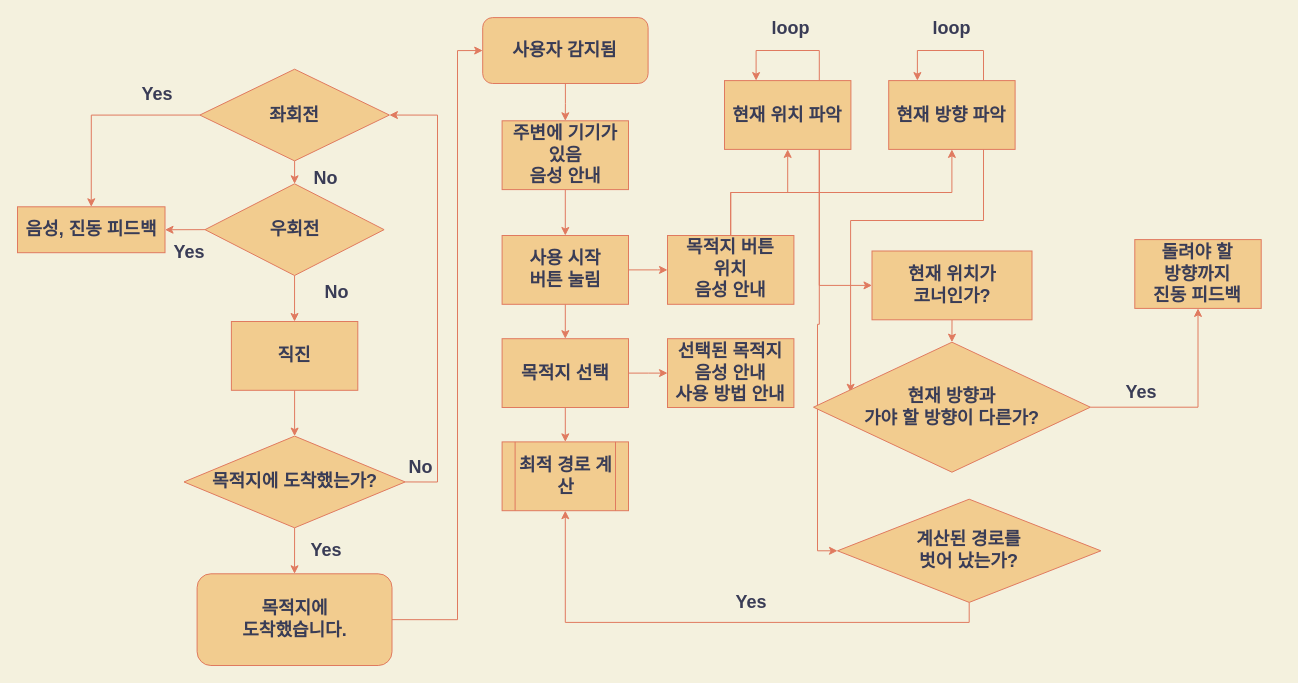
Before: 보행기 전체 동작.drawio in alalai012/Memo, a draw.io diagram. Source tidied: cells renumbered, new cells numbered last; positions are measured from the earlier drawing's top-left corner, leaving out a move shared by most shapes. Both pictures are drawn from the tidied source at 100%, with x=0, y=0 at pixel (17, 17).
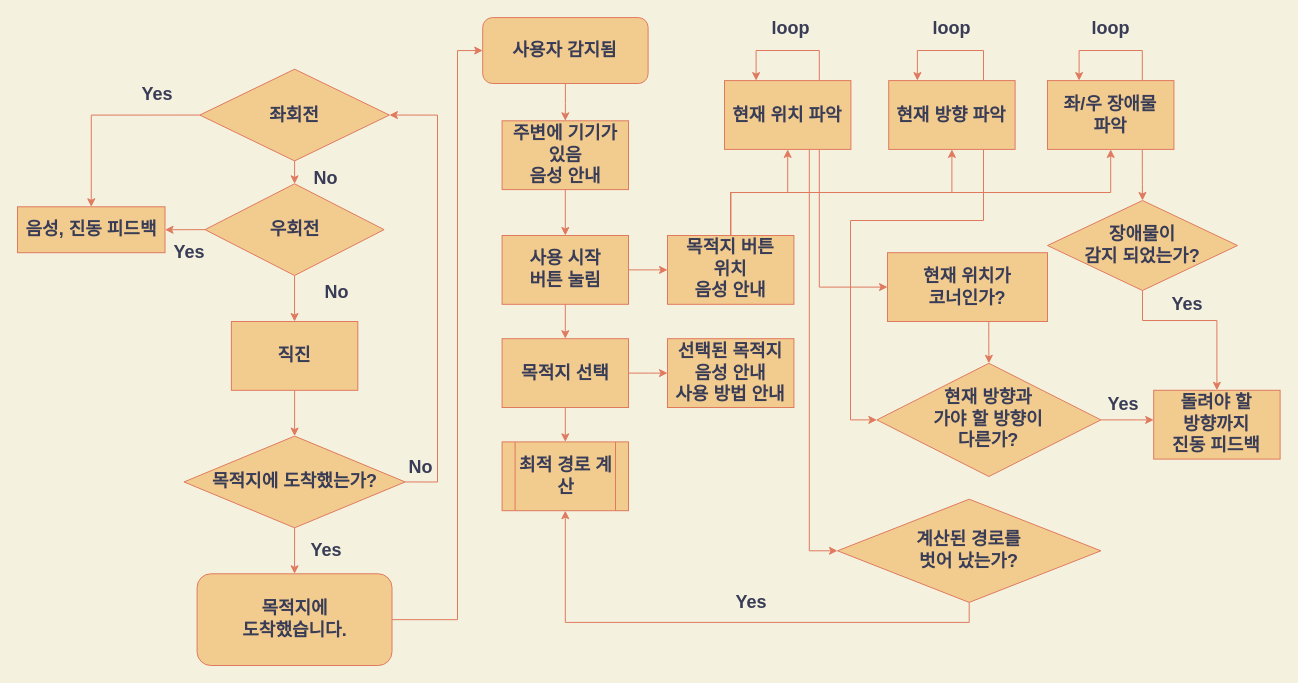
Above is the later version.

Commit message:
Update 보행기 전체 동작.drawio

Unchanged cells that the change refers to:
```xml
<mxCell id="13" value="목적지 버튼&lt;br&gt;위치&lt;br style=&quot;font-size: 18px;&quot;&gt;음성 안내" style="whiteSpace=wrap;html=1;rounded=0;fillColor=#F2CC8F;strokeColor=#E07A5F;fontColor=#393C56;fontStyle=1;fontSize=18;verticalAlign=middle;horizontal=1;" parent="1" vertex="1">
  <mxGeometry x="650" y="218" width="126.4" height="68.8" as="geometry" />
</mxCell>
<mxCell id="20" value="현재 위치 파악" style="whiteSpace=wrap;html=1;rounded=0;fillColor=#F2CC8F;strokeColor=#E07A5F;fontColor=#393C56;fontStyle=1;fontSize=18;verticalAlign=middle;horizontal=1;" parent="1" vertex="1">
  <mxGeometry x="707" y="63.1" width="126.4" height="68.8" as="geometry" />
</mxCell>
<mxCell id="23" value="현재 방향 파악" style="whiteSpace=wrap;html=1;rounded=0;fillColor=#F2CC8F;strokeColor=#E07A5F;fontColor=#393C56;fontStyle=1;fontSize=18;verticalAlign=middle;horizontal=1;" parent="1" vertex="1">
  <mxGeometry x="871.2" y="63.1" width="126.4" height="68.8" as="geometry" />
</mxCell>
<mxCell id="26" value="계산된 경로를&lt;br style=&quot;font-size: 18px;&quot;&gt;벗어 났는가?" style="rhombus;whiteSpace=wrap;html=1;fillColor=#F2CC8F;strokeColor=#E07A5F;fontColor=#393C56;fontStyle=1;fontSize=18;verticalAlign=middle;horizontal=1;" parent="1" vertex="1">
  <mxGeometry x="820" y="481.7" width="263.4" height="103.2" as="geometry" />
</mxCell>
```

Diff of the diagram source:
```diff
@@
+    <mxCell id="56" style="edgeStyle=orthogonalEdgeStyle;rounded=0;jettySize=auto;html=1;exitX=0.5;exitY=0;exitDx=0;exitDy=0;entryX=0.5;entryY=1;entryDx=0;entryDy=0;labelBackgroundColor=#F4F1DE;strokeColor=#E07A5F;fontColor=#393C56;" parent="1" edge="1" source="13" target="59">
+      <mxGeometry relative="1" as="geometry" />
+    </mxCell>
@@
-    <mxCell id="19" style="edgeStyle=orthogonalEdgeStyle;rounded=0;jettySize=auto;html=1;exitX=0.75;exitY=1;exitDx=0;exitDy=0;entryX=0;entryY=0.5;entryDx=0;entryDy=0;fontSize=18;strokeColor=#E07A5F;labelBackgroundColor=#F4F1DE;fontColor=#393C56;" parent="1" edge="1" source="20" target="26">
-      <mxGeometry relative="1" as="geometry" />
+    <mxCell id="19" style="edgeStyle=orthogonalEdgeStyle;rounded=0;jettySize=auto;html=1;exitX=0.75;exitY=1;exitDx=0;exitDy=0;entryX=0;entryY=0.5;entryDx=0;entryDy=0;fontSize=18;strokeColor=#E07A5F;labelBackgroundColor=#F4F1DE;fontColor=#393C56;" parent="1" edge="1" target="26">
+      <mxGeometry relative="1" as="geometry">
+        <mxPoint x="791.8" y="131.9" as="sourcePoint" />
+        <Array as="points">
+          <mxPoint x="792" y="533" />
+        </Array>
+      </mxGeometry>
     </mxCell>
@@
-    <mxCell id="22" style="edgeStyle=orthogonalEdgeStyle;rounded=0;jettySize=auto;html=1;exitX=0.75;exitY=1;exitDx=0;exitDy=0;entryX=0.134;entryY=0.385;entryDx=0;entryDy=0;entryPerimeter=0;fontSize=18;strokeColor=#E07A5F;labelBackgroundColor=#F4F1DE;fontColor=#393C56;" parent="1" edge="1" source="23" target="27">
+    <mxCell id="22" style="edgeStyle=orthogonalEdgeStyle;rounded=0;jettySize=auto;html=1;exitX=0.75;exitY=1;exitDx=0;exitDy=0;entryX=0;entryY=0.5;entryDx=0;entryDy=0;fontSize=18;strokeColor=#E07A5F;labelBackgroundColor=#F4F1DE;fontColor=#393C56;" parent="1" edge="1" source="23" target="27">
       <mxGeometry relative="1" as="geometry">
         <Array as="points">
           <mxPoint x="966" y="203" />
           <mxPoint x="833" y="203" />
+          <mxPoint x="833" y="402" />
         </Array>
       </mxGeometry>
     </mxCell>
@@
-    <mxCell id="27" value="현재 방향과&lt;br style=&quot;font-size: 18px;&quot;&gt;가야 할 방향이 다른가?" style="rhombus;whiteSpace=wrap;html=1;fillColor=#F2CC8F;strokeColor=#E07A5F;fontColor=#393C56;fontStyle=1;fontSize=18;verticalAlign=middle;horizontal=1;" parent="1" vertex="1">
-      <mxGeometry x="796" y="324.7" width="276.9" height="130" as="geometry" />
+    <mxCell id="27" value="현재 방향과&lt;br style=&quot;font-size: 18px;&quot;&gt;가야 할 방향이&lt;br&gt;다른가?" style="rhombus;whiteSpace=wrap;html=1;fillColor=#F2CC8F;strokeColor=#E07A5F;fontColor=#393C56;fontStyle=1;fontSize=18;verticalAlign=middle;horizontal=1;" parent="1" vertex="1">
+      <mxGeometry x="859.4" y="345.8" width="224" height="113.2" as="geometry" />
     </mxCell>
     <mxCell id="28" value="돌려야 할&lt;br&gt;방향까지&lt;br style=&quot;font-size: 18px;&quot;&gt;진동 피드백" style="whiteSpace=wrap;html=1;fillColor=#F2CC8F;strokeColor=#E07A5F;fontColor=#393C56;fontStyle=1;fontSize=18;verticalAlign=middle;horizontal=1;" parent="1" vertex="1">
-      <mxGeometry x="1117.3" y="222.1" width="126.4" height="68.8" as="geometry" />
+      <mxGeometry x="1136.2" y="372.8" width="126.4" height="68.8" as="geometry" />
     </mxCell>
@@
-    <mxCell id="30" style="edgeStyle=orthogonalEdgeStyle;rounded=0;jettySize=auto;html=1;strokeColor=#E07A5F;fontColor=#393C56;fontStyle=1;fontSize=18;verticalAlign=middle;horizontal=1;labelBackgroundColor=#F4F1DE;" parent="1" edge="1" source="27" target="28">
-      <mxGeometry relative="1" as="geometry" />
+    <mxCell id="30" style="edgeStyle=orthogonalEdgeStyle;rounded=0;jettySize=auto;html=1;strokeColor=#E07A5F;fontColor=#393C56;fontStyle=1;fontSize=18;verticalAlign=middle;horizontal=1;labelBackgroundColor=#F4F1DE;exitX=1;exitY=0.5;exitDx=0;exitDy=0;" parent="1" edge="1" source="27" target="28">
+      <mxGeometry relative="1" as="geometry">
+        <Array as="points">
+          <mxPoint x="1120" y="402" />
+          <mxPoint x="1120" y="402" />
+        </Array>
+      </mxGeometry>
     </mxCell>
@@
-    <mxCell id="51" style="edgeStyle=orthogonalEdgeStyle;rounded=0;jettySize=auto;html=1;exitX=0.5;exitY=1;exitDx=0;exitDy=0;entryX=0.5;entryY=0;entryDx=0;entryDy=0;fontSize=18;labelBackgroundColor=#F4F1DE;strokeColor=#E07A5F;fontColor=#393C56;" parent="1" edge="1" source="52" target="27">
+    <mxCell id="51" style="edgeStyle=orthogonalEdgeStyle;rounded=0;jettySize=auto;html=1;exitX=0.633;exitY=1.005;exitDx=0;exitDy=0;entryX=0.5;entryY=0;entryDx=0;entryDy=0;fontSize=18;labelBackgroundColor=#F4F1DE;strokeColor=#E07A5F;fontColor=#393C56;exitPerimeter=0;" parent="1" edge="1" source="52" target="27">
       <mxGeometry relative="1" as="geometry" />
     </mxCell>
     <mxCell id="52" value="현재 위치가&lt;br&gt;코너인가?" style="whiteSpace=wrap;html=1;rounded=0;fillColor=#F2CC8F;strokeColor=#E07A5F;fontColor=#393C56;fontStyle=1;fontSize=18;verticalAlign=middle;horizontal=1;" parent="1" vertex="1">
-      <mxGeometry x="854.5" y="233.5" width="160" height="68.8" as="geometry" />
+      <mxGeometry x="870" y="235.2" width="160" height="68.8" as="geometry" />
     </mxCell>
     <mxCell id="53" value="Yes" style="text;html=1;strokeColor=none;fillColor=none;align=center;verticalAlign=middle;whiteSpace=wrap;rounded=0;fontColor=#393C56;fontStyle=1;fontSize=18;horizontal=1;" parent="1" vertex="1">
-      <mxGeometry x="1103" y="374.7" width="42.1" as="geometry" />
+      <mxGeometry x="1085" y="386.7" width="42.1" as="geometry" />
     </mxCell>
@@
+    <mxCell id="57" style="edgeStyle=orthogonalEdgeStyle;rounded=0;orthogonalLoop=1;jettySize=auto;html=1;exitX=0.75;exitY=0;exitDx=0;exitDy=0;entryX=0.25;entryY=0;entryDx=0;entryDy=0;labelBackgroundColor=#F4F1DE;strokeColor=#E07A5F;fontColor=#393C56;" parent="1" edge="1" source="59" target="59">
+      <mxGeometry relative="1" as="geometry">
+        <Array as="points">
+          <mxPoint x="1125" y="33" />
+          <mxPoint x="1062" y="33" />
+          <mxPoint x="1062" y="63" />
+        </Array>
+      </mxGeometry>
+    </mxCell>
+    <mxCell id="58" style="edgeStyle=orthogonalEdgeStyle;curved=0;rounded=1;sketch=0;jettySize=auto;html=1;exitX=0.75;exitY=1;exitDx=0;exitDy=0;entryX=0.5;entryY=0;entryDx=0;entryDy=0;fontColor=#393C56;strokeColor=#E07A5F;fillColor=#F2CC8F;" parent="1" edge="1" source="59" target="62">
+      <mxGeometry relative="1" as="geometry" />
+    </mxCell>
+    <mxCell id="59" value="좌/우 장애물&lt;br&gt;파악" style="whiteSpace=wrap;html=1;rounded=0;fillColor=#F2CC8F;strokeColor=#E07A5F;fontColor=#393C56;fontStyle=1;fontSize=18;verticalAlign=middle;horizontal=1;" parent="1" vertex="1">
+      <mxGeometry x="1030" y="63.1" width="126.4" height="68.8" as="geometry" />
+    </mxCell>
+    <mxCell id="60" value="loop" style="text;html=1;strokeColor=none;fillColor=none;align=center;verticalAlign=middle;whiteSpace=wrap;rounded=0;fontColor=#393C56;fontStyle=1;fontSize=18;horizontal=1;" parent="1" vertex="1">
+      <mxGeometry x="1061.6" width="63.2" height="22.9" as="geometry" />
+    </mxCell>
+    <mxCell id="61" style="edgeStyle=orthogonalEdgeStyle;rounded=0;jettySize=auto;html=1;exitX=0.5;exitY=1;exitDx=0;exitDy=0;entryX=0.5;entryY=0;entryDx=0;entryDy=0;labelBackgroundColor=#F4F1DE;strokeColor=#E07A5F;fontColor=#393C56;" parent="1" edge="1" source="62" target="28">
+      <mxGeometry relative="1" as="geometry">
+        <Array as="points">
+          <mxPoint x="1125" y="303" />
+          <mxPoint x="1200" y="303" />
+        </Array>
+      </mxGeometry>
+    </mxCell>
+    <mxCell id="62" value="장애물이&lt;br&gt;감지 되었는가?" style="rhombus;whiteSpace=wrap;html=1;fontSize=18;fillColor=#F2CC8F;strokeColor=#E07A5F;fontColor=#393C56;rounded=0;fontStyle=1;" parent="1" vertex="1">
+      <mxGeometry x="1030" y="183" width="190" height="90" as="geometry" />
+    </mxCell>
+    <mxCell id="63" value="Yes" style="text;html=1;strokeColor=none;fillColor=none;align=center;verticalAlign=middle;whiteSpace=wrap;rounded=0;fontColor=#393C56;fontStyle=1;fontSize=18;horizontal=1;" parent="1" vertex="1">
+      <mxGeometry x="1149" y="286.2" width="42.1" as="geometry" />
+    </mxCell>
```
